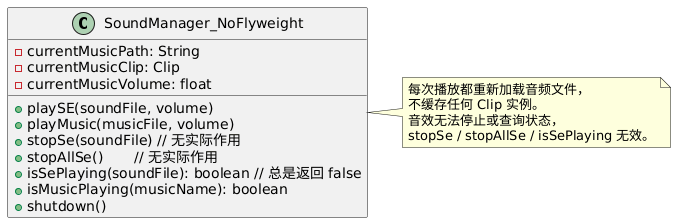
The PlantUML diagram doc/原始.png in ReisenCW/java-undertale, before a commit.
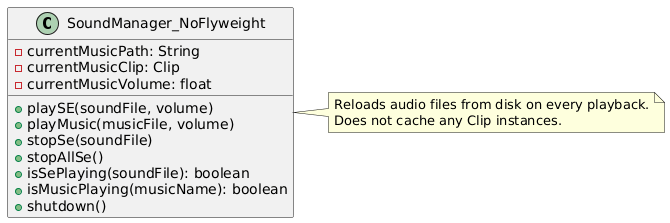
After the commit.

Commit message:
翻译享元模式的UML图片

The edit, as a diff of the source:
```diff
@@ -5,16 +5,14 @@
     - currentMusicVolume: float
     + playSE(soundFile, volume)
     + playMusic(musicFile, volume)
-    + stopSe(soundFile) // 无实际作用
-    + stopAllSe()       // 无实际作用
-    + isSePlaying(soundFile): boolean // 总是返回 false
+    + stopSe(soundFile)
+    + stopAllSe()
+    + isSePlaying(soundFile): boolean
     + isMusicPlaying(musicName): boolean
     + shutdown()
 }
 note right of SoundManager_NoFlyweight
-  每次播放都重新加载音频文件，
-  不缓存任何 Clip 实例。
-  音效无法停止或查询状态，
-  stopSe / stopAllSe / isSePlaying 无效。
+  Reloads audio files from disk on every playback.
+  Does not cache any Clip instances.
 end note
 @enduml
```
